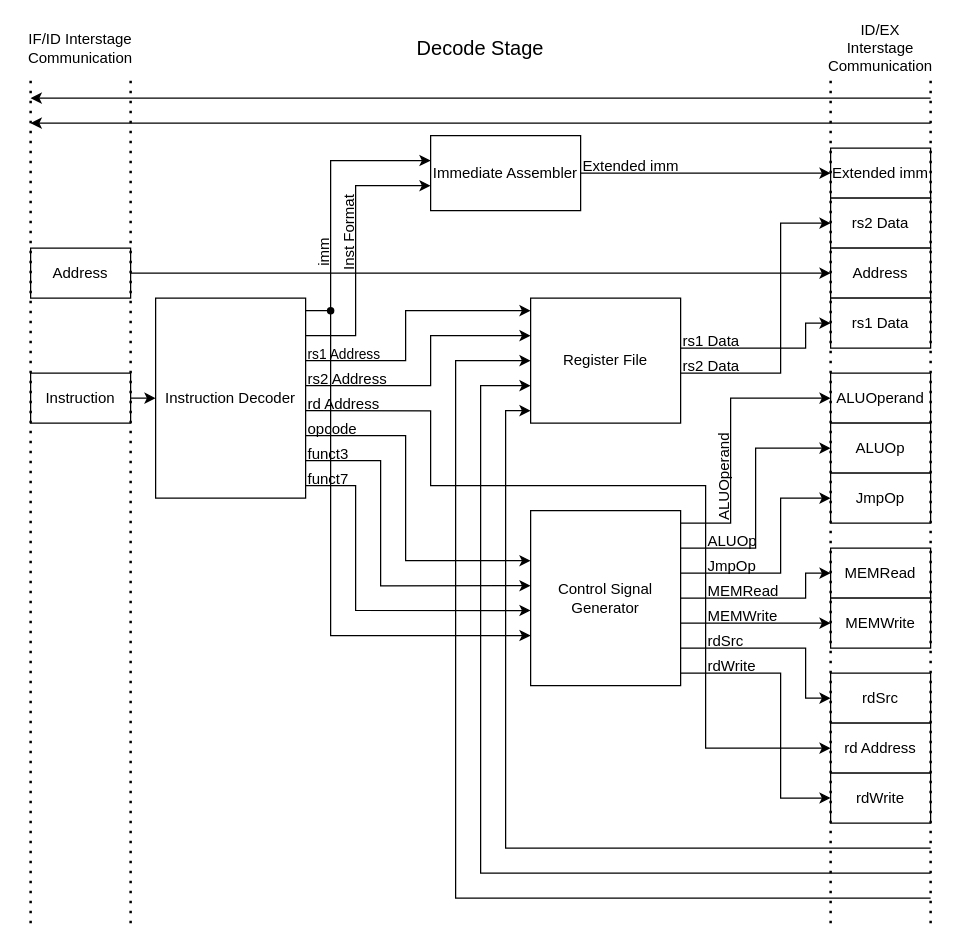
The draw.io diagram page "Decode Stage" (3 of 6) of docs/imgs/microarchitecture/datapath.drawio in WachirawichN/C0-CPU, before the edit. Source tidied: cells renumbered, new cells numbered last; positions are measured from the earlier drawing's top-left corner, leaving out a move shared by most shapes. Both pictures are drawn from the tidied source at 125%, with x=0, y=0 at pixel (30, 22).
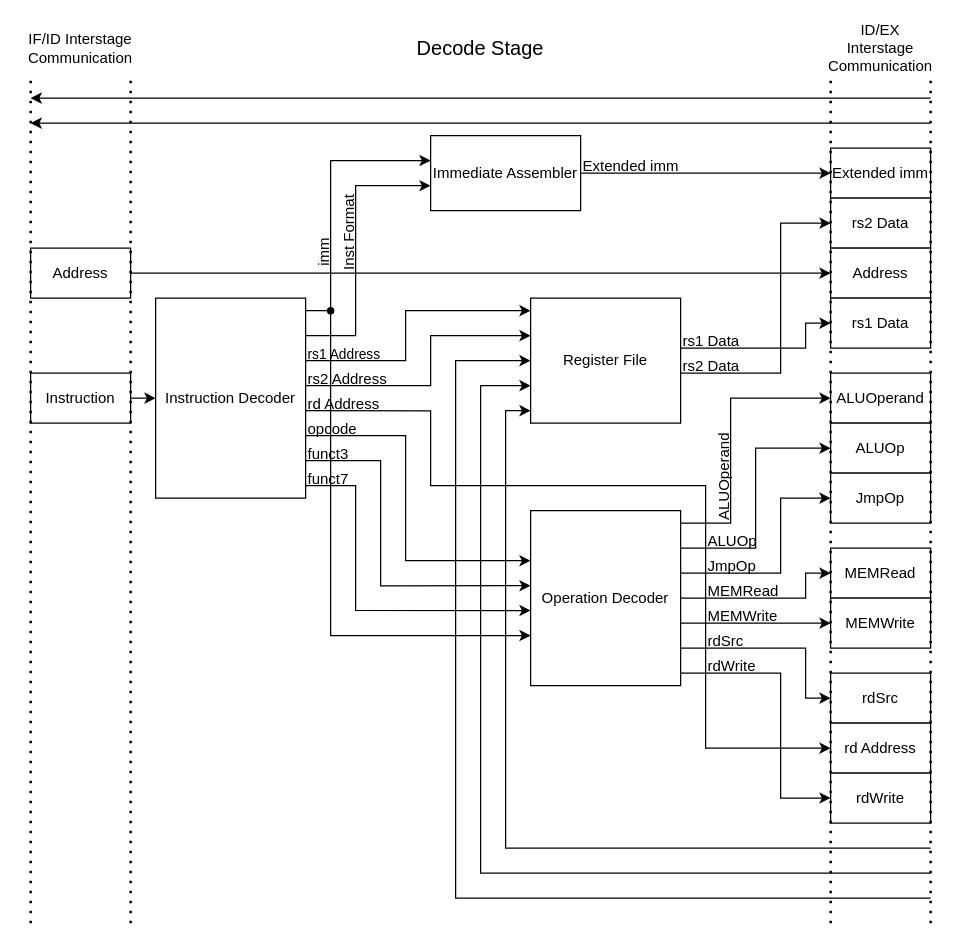
The same page after the edit.

Change to the diagram source:
```diff
@@
-    <mxCell id="3" value="Control Signal Generator" style="rounded=0;whiteSpace=wrap;html=1;" parent="1" vertex="1">
+    <mxCell id="3" value="Operation Decoder" style="rounded=0;whiteSpace=wrap;html=1;" parent="1" vertex="1">
       <mxGeometry x="400" y="390" width="120" height="140" as="geometry" />
     </mxCell>
```
